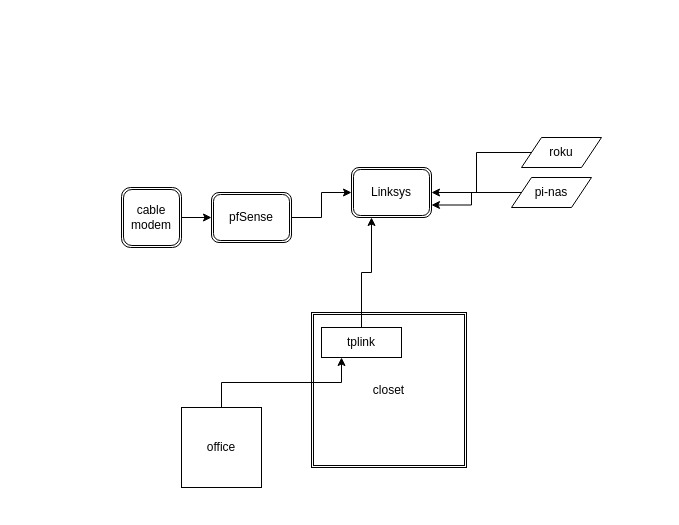
Before: files/home_network_diagram.drawio in nag-champa/ansible_home_network, a draw.io diagram. Source tidied: cells renumbered, new cells numbered last; positions are measured from the earlier drawing's top-left corner, leaving out a move shared by most shapes. Both pictures are drawn from the tidied source at 100%, with x=0, y=0 at pixel (121, 137).
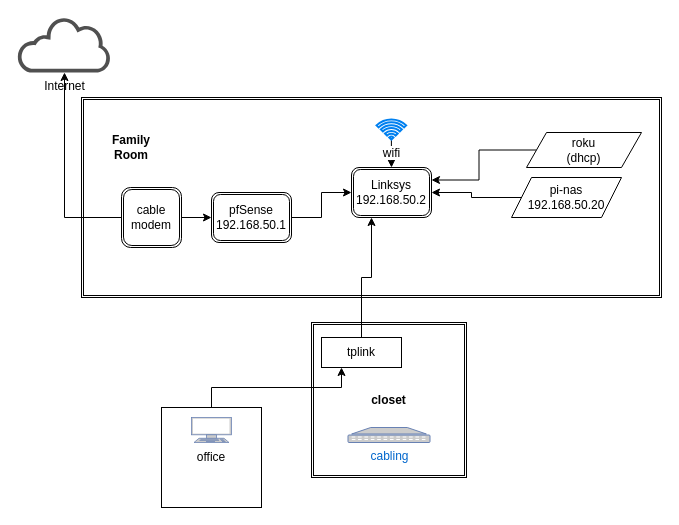
After the change.

Commit message:
add rooms, wifi, ip addresses

The change refers to these unchanged cells:
```xml
<mxCell id="4" value="cable&lt;br&gt;modem" style="shape=ext;double=1;rounded=1;whiteSpace=wrap;html=1;" parent="1" vertex="1">
  <mxGeometry y="50" width="60" height="60" as="geometry" />
</mxCell>
```

The edit, as a diff of the source:
```diff
@@
+    <mxCell id="17" style="shape=ext;double=1;rounded=0;whiteSpace=wrap;html=1;align=left;" parent="1" vertex="1">
+      <mxGeometry x="-40" y="-40" width="580" height="200" as="geometry" />
+    </mxCell>
-    <mxCell id="2" value="closet" style="shape=ext;double=1;whiteSpace=wrap;html=1;" parent="1" vertex="1">
-      <mxGeometry x="190" y="175" width="155" height="155" as="geometry" />
+    <mxCell id="2" value="&lt;b&gt;closet&lt;/b&gt;" style="shape=ext;double=1;whiteSpace=wrap;html=1;" parent="1" vertex="1">
+      <mxGeometry x="190" y="185" width="155" height="155" as="geometry" />
     </mxCell>
-    <mxCell id="3" style="edgeStyle=orthogonalEdgeStyle;rounded=0;jettySize=auto;html=1;entryX=0;entryY=0.5;entryDx=0;entryDy=0;" parent="1" edge="1" source="4" target="6">
+    <mxCell id="3" style="edgeStyle=orthogonalEdgeStyle;rounded=0;jettySize=auto;html=1;entryX=0;entryY=0.5;entryDx=0;entryDy=0;verticalAlign=middle;" parent="1" edge="1" source="4" target="6">
       <mxGeometry relative="1" as="geometry" />
     </mxCell>
+    <mxCell id="18" style="edgeStyle=orthogonalEdgeStyle;rounded=0;jettySize=auto;html=1;" parent="1" edge="1" source="4" target="20">
+      <mxGeometry relative="1" as="geometry">
+        <Array as="points">
+          <mxPoint x="-57" y="80" />
+        </Array>
+      </mxGeometry>
+    </mxCell>
@@
-    <mxCell id="6" value="pfSense" style="shape=ext;double=1;rounded=1;whiteSpace=wrap;html=1;" parent="1" vertex="1">
+    <mxCell id="6" value="pfSense&lt;br&gt;192.168.50.1" style="shape=ext;double=1;rounded=1;whiteSpace=wrap;html=1;" parent="1" vertex="1">
       <mxGeometry x="90" y="55" width="80" height="50" as="geometry" />
     </mxCell>
-    <mxCell id="7" value="Linksys" style="shape=ext;double=1;rounded=1;whiteSpace=wrap;html=1;" parent="1" vertex="1">
+    <mxCell id="7" value="Linksys&lt;br&gt;192.168.50.2" style="shape=ext;double=1;rounded=1;whiteSpace=wrap;html=1;" parent="1" vertex="1">
       <mxGeometry x="230" y="30" width="80" height="50" as="geometry" />
     </mxCell>
@@
     <mxCell id="9" value="tplink" style="rounded=1;whiteSpace=wrap;html=1;arcSize=0;" parent="1" vertex="1">
-      <mxGeometry x="200" y="190" width="80" height="30" as="geometry" />
+      <mxGeometry x="200" y="200" width="80" height="30" as="geometry" />
     </mxCell>
@@
     <mxCell id="11" value="office" style="whiteSpace=wrap;html=1;" parent="1" vertex="1">
-      <mxGeometry x="60" y="270" width="80" height="80" as="geometry" />
+      <mxGeometry x="40" y="270" width="100" height="100" as="geometry" />
     </mxCell>
-    <mxCell id="12" style="edgeStyle=orthogonalEdgeStyle;rounded=0;jettySize=auto;html=1;entryX=1;entryY=0.5;entryDx=0;entryDy=0;" parent="1" edge="1" source="13" target="7">
+    <mxCell id="12" style="edgeStyle=orthogonalEdgeStyle;rounded=0;jettySize=auto;html=1;entryX=1;entryY=0.25;entryDx=0;entryDy=0;fontColor=#080808;" parent="1" edge="1" source="13" target="7">
       <mxGeometry relative="1" as="geometry" />
     </mxCell>
-    <mxCell id="13" value="roku" style="shape=parallelogram;perimeter=parallelogramPerimeter;whiteSpace=wrap;html=1;fixedSize=1;" parent="1" vertex="1">
-      <mxGeometry x="400" width="80" height="30" as="geometry" />
+    <mxCell id="13" value="roku&lt;br&gt;(dhcp)" style="shape=parallelogram;perimeter=parallelogramPerimeter;whiteSpace=wrap;html=1;fixedSize=1;" parent="1" vertex="1">
+      <mxGeometry x="405" y="-5" width="115" height="35" as="geometry" />
     </mxCell>
@@
-    <mxCell id="15" style="edgeStyle=orthogonalEdgeStyle;rounded=0;jettySize=auto;html=1;entryX=1;entryY=0.75;entryDx=0;entryDy=0;" parent="1" edge="1" source="16" target="7">
+    <mxCell id="15" style="edgeStyle=orthogonalEdgeStyle;rounded=0;jettySize=auto;html=1;entryX=1;entryY=0.5;entryDx=0;entryDy=0;fontColor=#080808;" parent="1" edge="1" source="16" target="7">
       <mxGeometry relative="1" as="geometry" />
     </mxCell>
-    <mxCell id="16" value="pi-nas" style="shape=parallelogram;perimeter=parallelogramPerimeter;whiteSpace=wrap;html=1;fixedSize=1;" parent="1" vertex="1">
-      <mxGeometry x="390" y="40" width="80" height="30" as="geometry" />
+    <mxCell id="16" value="pi-nas&lt;br&gt;192.168.50.20" style="shape=parallelogram;perimeter=parallelogramPerimeter;whiteSpace=wrap;html=1;fixedSize=1;" parent="1" vertex="1">
+      <mxGeometry x="390" y="40" width="110" height="40" as="geometry" />
     </mxCell>
+    <mxCell id="19" value="Family Room" style="text;html=1;strokeColor=none;fillColor=none;align=center;verticalAlign=middle;whiteSpace=wrap;rounded=0;fontStyle=1;" parent="1" vertex="1">
+      <mxGeometry x="-10" width="40" height="20" as="geometry" />
+    </mxCell>
+    <mxCell id="20" value="Internet" style="shadow=0;dashed=0;html=1;strokeColor=none;fillColor=#505050;labelPosition=center;verticalLabelPosition=bottom;outlineConnect=0;verticalAlign=top;align=center;shape=mxgraph.office.clouds.cloud;" parent="1" vertex="1">
+      <mxGeometry x="-104" y="-120" width="94" height="55" as="geometry" />
+    </mxCell>
+    <mxCell id="21" style="fontColor=#0066CC;verticalAlign=top;verticalLabelPosition=bottom;labelPosition=center;align=center;html=1;fillColor=#CCCCCC;strokeColor=#6881B3;gradientColor=none;gradientDirection=north;strokeWidth=2;shape=mxgraph.networks.terminal;" parent="1" vertex="1">
+      <mxGeometry x="70" y="280" width="40" height="25" as="geometry" />
+    </mxCell>
+    <mxCell id="22" value="cabling" style="fontColor=#0066CC;verticalAlign=top;verticalLabelPosition=bottom;labelPosition=center;align=center;html=1;fillColor=#CCCCCC;strokeColor=#6881B3;gradientColor=none;gradientDirection=north;strokeWidth=2;shape=mxgraph.networks.patch_panel;" parent="1" vertex="1">
+      <mxGeometry x="226.5" y="290" width="82" height="15" as="geometry" />
+    </mxCell>
+    <mxCell id="23" style="edgeStyle=orthogonalEdgeStyle;rounded=0;jettySize=auto;html=1;" parent="1" edge="1" source="24" target="7">
+      <mxGeometry relative="1" as="geometry" />
+    </mxCell>
+    <mxCell id="24" value="wifi" style="html=1;verticalLabelPosition=bottom;align=center;labelBackgroundColor=#ffffff;verticalAlign=top;strokeWidth=2;strokeColor=#0080F0;shadow=0;dashed=0;shape=mxgraph.ios7.icons.wifi;" parent="1" vertex="1">
+      <mxGeometry x="255" y="-18" width="29.7" height="20" as="geometry" />
+    </mxCell>
```
